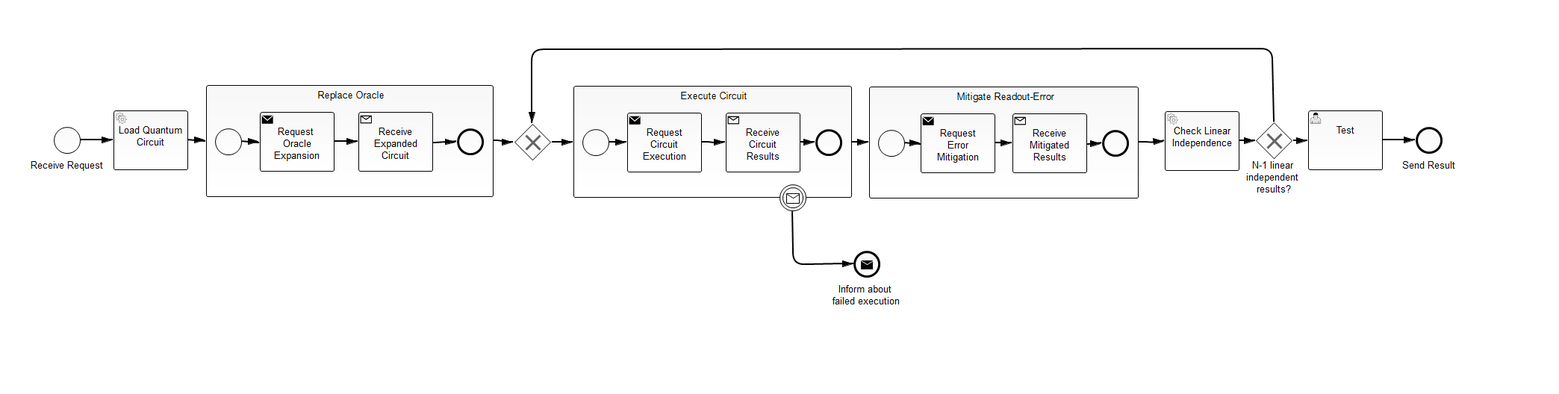
Above: process-model/src/main/resources/simons-algorithm.png in UST-QuAntiL/QuantME-UseCases (BPMN), before the change. Its source is kept beside it as process-model/src/main/resources/simons-algorithm.bpmn. Ids are renumbered.
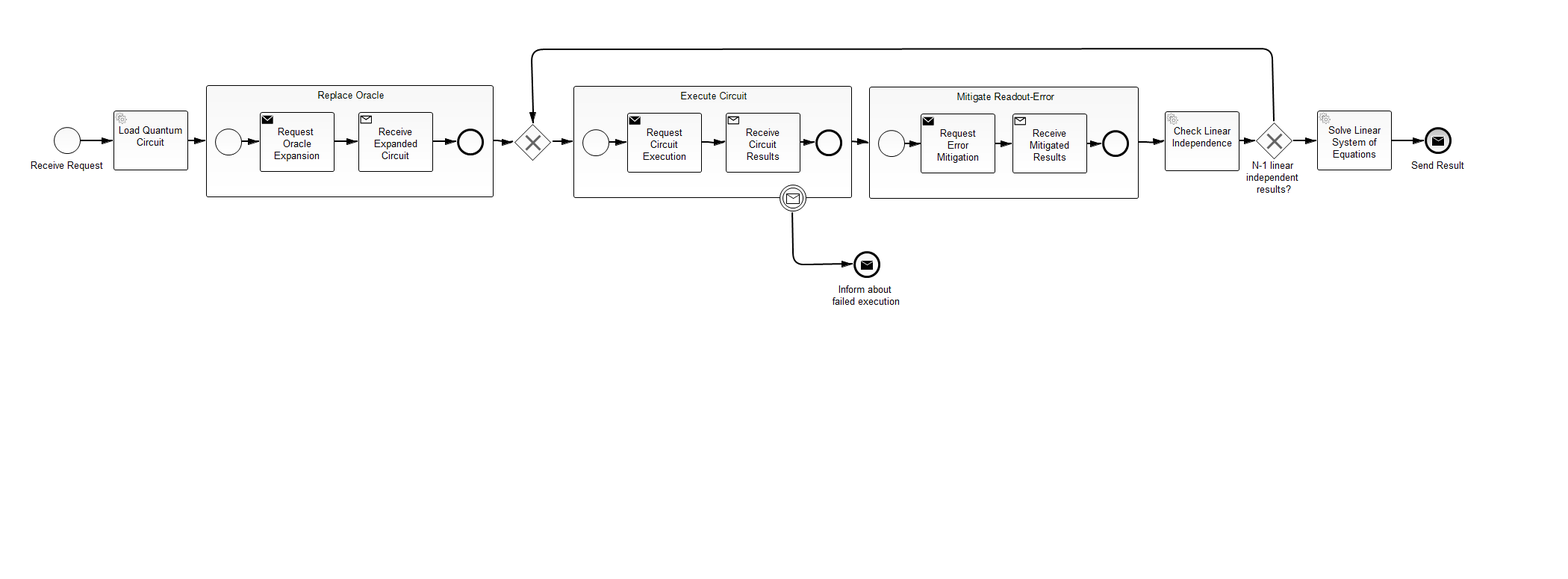
The same file after the commit.

Commit message:
Implement check for linear independence and return result

The edit, as a diff of the source:
```diff
@@ -152,25 +152,26 @@
       <bpmn2:outgoing>SequenceFlow_20</bpmn2:outgoing>
     </bpmn2:serviceTask>
     <bpmn2:sequenceFlow id="SequenceFlow_20" name="" sourceRef="ServiceTask_2" targetRef="ExclusiveGateway_2"/>
-    <bpmn2:endEvent id="EndEvent_1" name="Send Result">
-      <bpmn2:incoming>SequenceFlow_2</bpmn2:incoming>
-    </bpmn2:endEvent>
-    <bpmn2:userTask id="UserTask_1" camunda:assignee="TestUser" name="Test">
-      <bpmn2:incoming>SequenceFlow_4</bpmn2:incoming>
-      <bpmn2:outgoing>SequenceFlow_2</bpmn2:outgoing>
-    </bpmn2:userTask>
-    <bpmn2:sequenceFlow id="SequenceFlow_2" name="" sourceRef="UserTask_1" targetRef="EndEvent_1"/>
     <bpmn2:exclusiveGateway id="ExclusiveGateway_2" name="N-1 linear &#xD;&#xA;independent &#xD;&#xA;results?">
       <bpmn2:incoming>SequenceFlow_20</bpmn2:incoming>
-      <bpmn2:outgoing>SequenceFlow_4</bpmn2:outgoing>
       <bpmn2:outgoing>SequenceFlow_16</bpmn2:outgoing>
+      <bpmn2:outgoing>SequenceFlow_21</bpmn2:outgoing>
     </bpmn2:exclusiveGateway>
-    <bpmn2:sequenceFlow id="SequenceFlow_4" name="" sourceRef="ExclusiveGateway_2" targetRef="UserTask_1">
-      <bpmn2:conditionExpression xsi:type="bpmn2:tFormalExpression">${status == 'complete'}</bpmn2:conditionExpression>
-    </bpmn2:sequenceFlow>
     <bpmn2:sequenceFlow id="SequenceFlow_16" name="" sourceRef="ExclusiveGateway_2" targetRef="ExclusiveGateway_1">
       <bpmn2:conditionExpression xsi:type="bpmn2:tFormalExpression">${status == 'incomplete'}</bpmn2:conditionExpression>
     </bpmn2:sequenceFlow>
+    <bpmn2:endEvent id="EndEvent_1" name="Send Result">
+      <bpmn2:incoming>SequenceFlow_22</bpmn2:incoming>
+      <bpmn2:messageEventDefinition id="_MessageEventDefinition_4" camunda:class="org.quantil.quantme.simon.tasks.ReportSuccessfulExecution"/>
+    </bpmn2:endEvent>
+    <bpmn2:serviceTask id="ServiceTask_3" camunda:class="org.quantil.quantme.simon.tasks.SolveLinearSystemTask" name="Solve Linear System of Equations">
+      <bpmn2:incoming>SequenceFlow_21</bpmn2:incoming>
+      <bpmn2:outgoing>SequenceFlow_22</bpmn2:outgoing>
+    </bpmn2:serviceTask>
+    <bpmn2:sequenceFlow id="SequenceFlow_21" name="" sourceRef="ExclusiveGateway_2" targetRef="ServiceTask_3">
+      <bpmn2:conditionExpression xsi:type="bpmn2:tFormalExpression">${status == 'complete'}</bpmn2:conditionExpression>
+    </bpmn2:sequenceFlow>
+    <bpmn2:sequenceFlow id="SequenceFlow_22" name="" sourceRef="ServiceTask_3" targetRef="EndEvent_1"/>
   </bpmn2:process>
   <bpmn2:message id="Message_n4" name="requestOracleExpansionTask_${execution.processInstanceId}"/>
   <bpmn2:message id="Message_n1" name="requestCircuitExecutionTask_${execution.processInstanceId}"/>
@@ -184,13 +185,10 @@
           <dc:Bounds height="22.0" width="103.0" x="39.0" y="211.0"/>
         </bpmndi:BPMNLabel>
       </bpmndi:BPMNShape>
-      <bpmndi:BPMNShape id="_BPMNShape_UserTask_2" bpmnElement="UserTask_1">
-        <dc:Bounds height="80.0" width="100.0" x="1752.0" y="148.0"/>
-      </bpmndi:BPMNShape>
       <bpmndi:BPMNShape id="_BPMNShape_EndEvent_2" bpmnElement="EndEvent_1">
-        <dc:Bounds height="36.0" width="36.0" x="1896.0" y="170.0"/>
+        <dc:Bounds height="36.0" width="36.0" x="1908.0" y="170.0"/>
         <bpmndi:BPMNLabel>
-          <dc:Bounds height="22.0" width="77.0" x="1876.0" y="211.0"/>
+          <dc:Bounds height="22.0" width="77.0" x="1888.0" y="211.0"/>
         </bpmndi:BPMNLabel>
       </bpmndi:BPMNShape>
       <bpmndi:BPMNEdge id="BPMNEdge_SequenceFlow_1" bpmnElement="SequenceFlow_1" sourceElement="_BPMNShape_StartEvent_2" targetElement="_BPMNShape_ServiceTask_2">
@@ -198,13 +196,6 @@
         <di:waypoint xsi:type="dc:Point" x="152.0" y="188.0"/>
         <bpmndi:BPMNLabel>
           <dc:Bounds height="6.0" width="6.0" x="44.0" y="186.0"/>
-        </bpmndi:BPMNLabel>
-      </bpmndi:BPMNEdge>
-      <bpmndi:BPMNEdge id="BPMNEdge_SequenceFlow_2" bpmnElement="SequenceFlow_2" sourceElement="_BPMNShape_UserTask_2" targetElement="_BPMNShape_EndEvent_2">
-        <di:waypoint xsi:type="dc:Point" x="1852.0" y="188.0"/>
-        <di:waypoint xsi:type="dc:Point" x="1896.0" y="188.0"/>
-        <bpmndi:BPMNLabel>
-          <dc:Bounds height="6.0" width="6.0" x="1931.0" y="186.0"/>
         </bpmndi:BPMNLabel>
       </bpmndi:BPMNEdge>
       <bpmndi:BPMNShape id="_BPMNShape_ServiceTask_2" bpmnElement="ServiceTask_1">
@@ -416,13 +407,6 @@
           <dc:Bounds height="54.0" width="90.0" x="1662.0" y="211.0"/>
         </bpmndi:BPMNLabel>
       </bpmndi:BPMNShape>
-      <bpmndi:BPMNEdge id="BPMNEdge_SequenceFlow_4" bpmnElement="SequenceFlow_4" sourceElement="_BPMNShape_ExclusiveGateway_3" targetElement="_BPMNShape_UserTask_2">
-        <di:waypoint xsi:type="dc:Point" x="1731.0" y="188.0"/>
-        <di:waypoint xsi:type="dc:Point" x="1752.0" y="188.0"/>
-        <bpmndi:BPMNLabel>
-          <dc:Bounds height="6.0" width="6.0" x="1739.0" y="188.0"/>
-        </bpmndi:BPMNLabel>
-      </bpmndi:BPMNEdge>
       <bpmndi:BPMNEdge id="BPMNEdge_SequenceFlow_16" bpmnElement="SequenceFlow_16" sourceElement="_BPMNShape_ExclusiveGateway_3" targetElement="_BPMNShape_ExclusiveGateway_2">
         <di:waypoint xsi:type="dc:Point" x="1706.0" y="163.0"/>
         <di:waypoint xsi:type="dc:Point" x="1704.0" y="65.0"/>
@@ -432,6 +416,17 @@
           <dc:Bounds height="6.0" width="6.0" x="1326.0" y="65.0"/>
         </bpmndi:BPMNLabel>
       </bpmndi:BPMNEdge>
+      <bpmndi:BPMNShape id="_BPMNShape_ServiceTask_4" bpmnElement="ServiceTask_3">
+        <dc:Bounds height="80.0" width="100.0" x="1764.0" y="148.0"/>
+      </bpmndi:BPMNShape>
+      <bpmndi:BPMNEdge id="BPMNEdge_SequenceFlow_21" bpmnElement="SequenceFlow_21" sourceElement="_BPMNShape_ExclusiveGateway_3" targetElement="_BPMNShape_ServiceTask_4">
+        <di:waypoint xsi:type="dc:Point" x="1731.0" y="188.0"/>
+        <di:waypoint xsi:type="dc:Point" x="1764.0" y="188.0"/>
+      </bpmndi:BPMNEdge>
+      <bpmndi:BPMNEdge id="BPMNEdge_SequenceFlow_22" bpmnElement="SequenceFlow_22" sourceElement="_BPMNShape_ServiceTask_4" targetElement="_BPMNShape_EndEvent_2">
+        <di:waypoint xsi:type="dc:Point" x="1864.0" y="188.0"/>
+        <di:waypoint xsi:type="dc:Point" x="1908.0" y="188.0"/>
+      </bpmndi:BPMNEdge>
     </bpmndi:BPMNPlane>
   </bpmndi:BPMNDiagram>
 </bpmn2:definitions>
```
